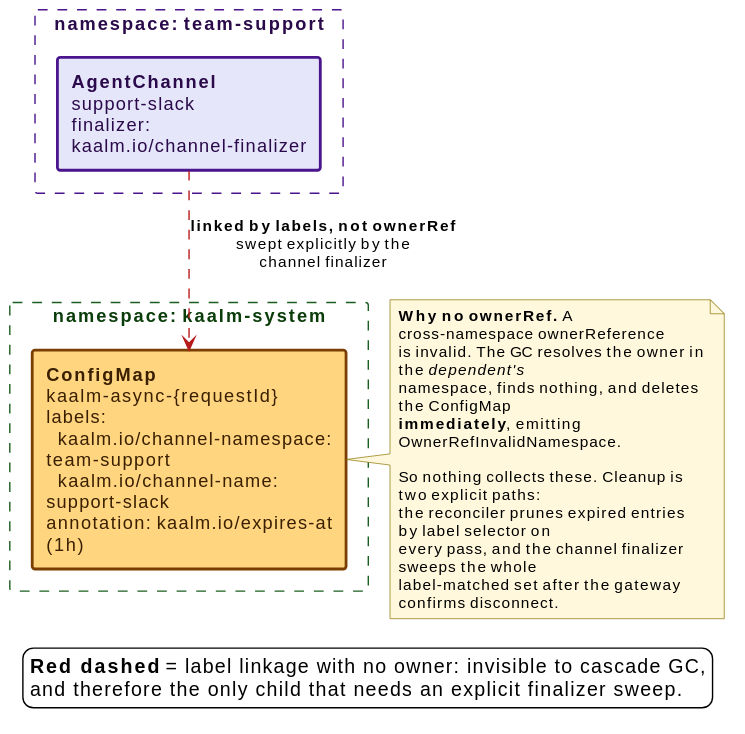
Before: docs/src/diagrams/child-resource-ownership-async.svg, a diagram exported from PlantUML (win07xp/kaalm).
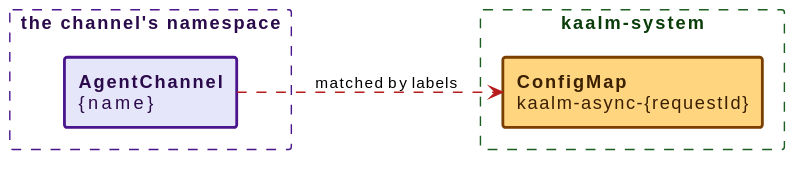
After the commit.

What changed in the source:
```diff
@@ -1,36 +1,20 @@
 @startuml
 !include _style.puml
+left to right direction
 
 skinparam nodesep 18
-skinparam ranksep 40
+skinparam ranksep 60
 skinparam rectangle {
   roundCorner 4
 }
 
-rectangle "namespace: **team-support**" as nsuser #line:4A148C;line.dashed;text:2a0a4a {
-  rectangle "**AgentChannel**\nsupport-slack\nfinalizer: kaalm.io/channel-finalizer" as chan #back:E6E6FA;line:4A148C;line.bold;text:2a0a4a
+rectangle "the channel's namespace" as nsuser #line:4A148C;line.dashed;text:2a0a4a {
+  rectangle "**AgentChannel**\n{name}" as chan #back:E6E6FA;line:4A148C;line.bold;text:2a0a4a
 }
 
-rectangle "namespace: **kaalm-system**" as nssys #line:1B5E20;line.dashed;text:0b3d0b {
-  rectangle "**ConfigMap** kaalm-async-{requestId}\nlabels:\n  kaalm.io/channel-namespace: team-support\n  kaalm.io/channel-name: support-slack\nannotation: kaalm.io/expires-at (1h)" as cm #back:FFD580;line:7a3f00;line.bold;text:3a1f00
+rectangle "kaalm-system" as nssys #line:1B5E20;line.dashed;text:0b3d0b {
+  rectangle "**ConfigMap**\nkaalm-async-{requestId}" as cm #back:FFD580;line:7a3f00;line.bold;text:3a1f00
 }
 
-chan -[#B71C1C,dashed]-> cm : **linked by labels, not ownerRef**\nswept explicitly by the\nchannel finalizer
-
-note right of cm
-  **Why no ownerRef.** A cross-namespace ownerReference
-  is invalid. The GC resolves the owner in the //dependent's//
-  namespace, finds nothing, and deletes the ConfigMap
-  **immediately**, emitting OwnerRefInvalidNamespace.
-
-  So nothing collects these. Cleanup is two explicit paths:
-  the reconciler prunes expired entries by label selector on
-  every pass, and the channel finalizer sweeps the whole
-  label-matched set after the gateway confirms disconnect.
-end note
-
-legend bottom
-  **Red dashed** = label linkage with no owner: invisible to cascade GC,
-  and therefore the only child that needs an explicit finalizer sweep.
-endlegend
+chan -[#B71C1C,dashed]-> cm : matched by labels
 @enduml
```
